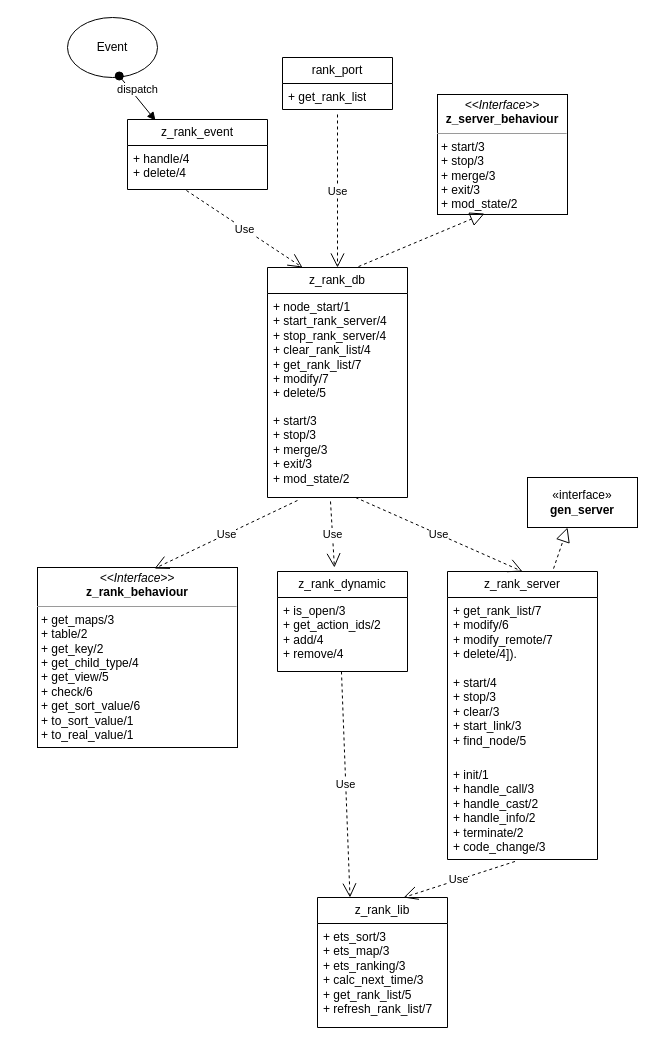
Earlier version of the draw.io diagram page "第 1 页" (2 of 2) of flowchart/排行榜.drawio (honghangzhi/diagrams). Source tidied: cells renumbered, new cells numbered last; positions are measured from the earlier drawing's top-left corner, leaving out a move shared by most shapes. Both pictures are drawn from the tidied source at 100%, with x=0, y=0 at pixel (37, 17).
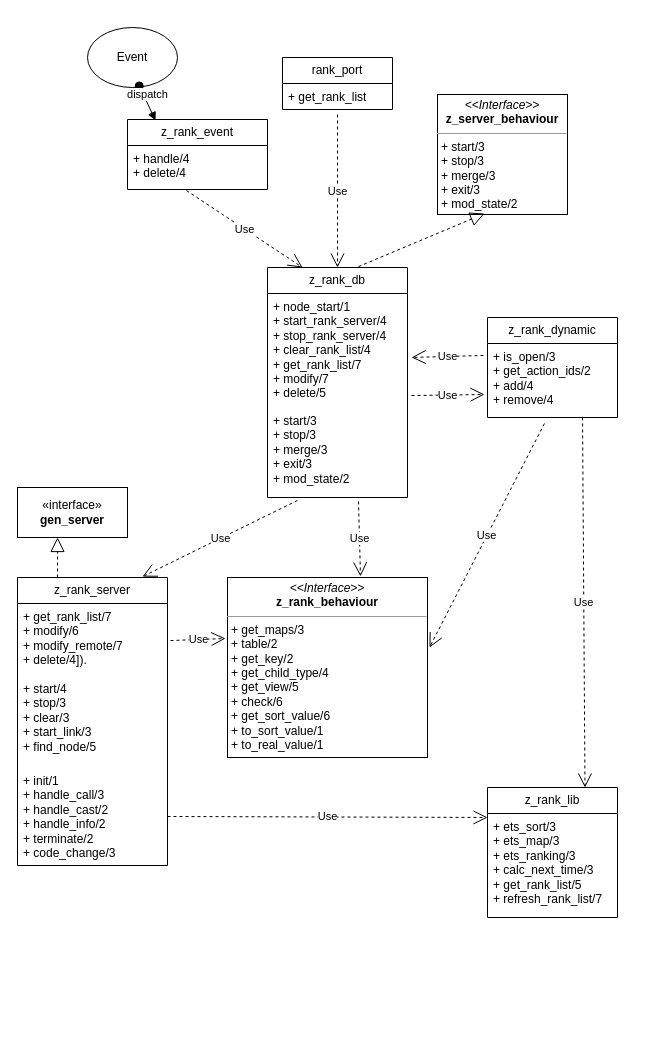
Above is the later version.

Commit message (it also covers changes not shown here):
更新排行榜.drawio

Unchanged cells that the change refers to:
```xml
<mxCell id="5" value="&lt;div&gt;+ node_start/1&lt;/div&gt;&lt;div&gt;+ start_rank_server/4&lt;/div&gt;&lt;div&gt;+ stop_rank_server/4&lt;/div&gt;&lt;div&gt;+ clear_rank_list/4&lt;/div&gt;&lt;div&gt;+ get_rank_list/7&lt;/div&gt;&lt;div&gt;+ modify/7&lt;/div&gt;&lt;div&gt;+ delete/5&lt;/div&gt;" style="text;strokeColor=none;fillColor=none;align=left;verticalAlign=top;spacingLeft=4;spacingRight=4;overflow=hidden;points=[[0,0.5],[1,0.5]];portConstraint=eastwest;whiteSpace=wrap;html=1;" parent="4" vertex="1">
  <mxGeometry y="26" width="140" height="114" as="geometry" />
</mxCell>
<mxCell id="6" value="&lt;div&gt;+ start/3&lt;/div&gt;&lt;div&gt;+ stop/3&lt;/div&gt;&lt;div&gt;+ merge/3&lt;/div&gt;&lt;div&gt;+ exit/3&lt;/div&gt;&lt;div&gt;+ mod_state/2&lt;/div&gt;" style="text;strokeColor=none;fillColor=none;align=left;verticalAlign=top;spacingLeft=4;spacingRight=4;overflow=hidden;points=[[0,0.5],[1,0.5]];portConstraint=eastwest;whiteSpace=wrap;html=1;" parent="4" vertex="1">
  <mxGeometry y="140" width="140" height="90" as="geometry" />
</mxCell>
<mxCell id="9" value="&lt;div&gt;+ is_open/3&lt;/div&gt;&lt;div&gt;+ get_action_ids/2&lt;/div&gt;&lt;div&gt;+ add/4&lt;/div&gt;&lt;div&gt;+ remove/4&lt;/div&gt;" style="text;strokeColor=none;fillColor=none;align=left;verticalAlign=top;spacingLeft=4;spacingRight=4;overflow=hidden;points=[[0,0.5],[1,0.5]];portConstraint=eastwest;whiteSpace=wrap;html=1;" parent="8" vertex="1">
  <mxGeometry y="26" width="130" height="74" as="geometry" />
</mxCell>
<mxCell id="13" value="&lt;div&gt;+ ets_sort/3&lt;/div&gt;&lt;div&gt;+ ets_map/3&lt;/div&gt;&lt;div&gt;+ ets_ranking/3&lt;/div&gt;&lt;div&gt;+ calc_next_time/3&lt;/div&gt;&lt;div&gt;+ get_rank_list/5&lt;/div&gt;&lt;div&gt;+ refresh_rank_list/7&lt;/div&gt;" style="text;strokeColor=none;fillColor=none;align=left;verticalAlign=top;spacingLeft=4;spacingRight=4;overflow=hidden;points=[[0,0.5],[1,0.5]];portConstraint=eastwest;whiteSpace=wrap;html=1;" parent="12" vertex="1">
  <mxGeometry y="26" width="130" height="104" as="geometry" />
</mxCell>
<mxCell id="17" value="&lt;div&gt;+ get_rank_list/7&lt;/div&gt;&lt;div&gt;+ modify/6&lt;/div&gt;&lt;div&gt;+ modify_remote/7&lt;/div&gt;&lt;div&gt;+ delete/4]).&lt;/div&gt;&lt;div&gt;&lt;br&gt;&lt;/div&gt;&lt;div&gt;+ start/4&lt;/div&gt;&lt;div&gt;+ stop/3&lt;/div&gt;&lt;div&gt;+ clear/3&lt;/div&gt;&lt;div&gt;+ start_link/3&lt;/div&gt;&lt;div&gt;+ find_node/5&lt;/div&gt;" style="text;strokeColor=none;fillColor=none;align=left;verticalAlign=top;spacingLeft=4;spacingRight=4;overflow=hidden;points=[[0,0.5],[1,0.5]];portConstraint=eastwest;whiteSpace=wrap;html=1;" parent="16" vertex="1">
  <mxGeometry y="26" width="150" height="164" as="geometry" />
</mxCell>
<mxCell id="18" value="&lt;div&gt;+ init/1&lt;/div&gt;&lt;div&gt;+ handle_call/3&lt;/div&gt;&lt;div&gt;+ handle_cast/2&lt;/div&gt;&lt;div&gt;+ handle_info/2&lt;/div&gt;&lt;div&gt;+ terminate/2&lt;/div&gt;&lt;div&gt;+ code_change/3&lt;/div&gt;" style="text;strokeColor=none;fillColor=none;align=left;verticalAlign=top;spacingLeft=4;spacingRight=4;overflow=hidden;points=[[0,0.5],[1,0.5]];portConstraint=eastwest;whiteSpace=wrap;html=1;" parent="16" vertex="1">
  <mxGeometry y="190" width="150" height="98" as="geometry" />
</mxCell>
```

Change to the diagram source:
```diff
@@
     <mxCell id="7" value="&lt;p style=&quot;margin:0px;margin-top:4px;text-align:center;&quot;&gt;&lt;i&gt;&amp;lt;&amp;lt;Interface&amp;gt;&amp;gt;&lt;/i&gt;&lt;br&gt;&lt;/p&gt;&lt;div style=&quot;text-align: center;&quot;&gt;&lt;b&gt;z_rank_behaviour&lt;/b&gt;&lt;/div&gt;&lt;hr size=&quot;1&quot;&gt;&lt;p style=&quot;margin:0px;margin-left:4px;&quot;&gt;+ get_maps/3&lt;/p&gt;&lt;p style=&quot;margin:0px;margin-left:4px;&quot;&gt;+ table/2&lt;/p&gt;&lt;p style=&quot;margin:0px;margin-left:4px;&quot;&gt;+ get_key/2&lt;/p&gt;&lt;p style=&quot;margin:0px;margin-left:4px;&quot;&gt;+ get_child_type/4&lt;/p&gt;&lt;p style=&quot;margin:0px;margin-left:4px;&quot;&gt;+ get_view/5&lt;/p&gt;&lt;p style=&quot;margin:0px;margin-left:4px;&quot;&gt;+ check/6&lt;/p&gt;&lt;p style=&quot;margin:0px;margin-left:4px;&quot;&gt;+ get_sort_value/6&lt;/p&gt;&lt;p style=&quot;margin:0px;margin-left:4px;&quot;&gt;+ to_sort_value/1&lt;/p&gt;&lt;p style=&quot;margin:0px;margin-left:4px;&quot;&gt;+ to_real_value/1&lt;/p&gt;" style="verticalAlign=top;align=left;overflow=fill;fontSize=12;fontFamily=Helvetica;html=1;whiteSpace=wrap;" parent="1" vertex="1">
-      <mxGeometry y="550" width="200" height="180" as="geometry" />
+      <mxGeometry x="190" y="560" width="200" height="180" as="geometry" />
     </mxCell>
     <mxCell id="8" value="z_rank_dynamic" style="swimlane;fontStyle=0;horizontal=1;startSize=26;fillColor=none;whiteSpace=wrap;html=1;" parent="1" vertex="1">
-      <mxGeometry x="240" y="554" width="130" height="100" as="geometry" />
+      <mxGeometry x="450" y="300" width="130" height="100" as="geometry" />
     </mxCell>
@@
     <mxCell id="12" value="z_rank_lib" style="swimlane;fontStyle=0;horizontal=1;startSize=26;fillColor=none;whiteSpace=wrap;html=1;" parent="1" vertex="1">
-      <mxGeometry x="280" y="880" width="130" height="130" as="geometry" />
+      <mxGeometry x="450" y="770" width="130" height="130" as="geometry" />
     </mxCell>
@@
     <mxCell id="15" value="«interface»&lt;br&gt;&lt;b&gt;gen_server&lt;/b&gt;" style="html=1;whiteSpace=wrap;" parent="1" vertex="1">
-      <mxGeometry x="490" y="460" width="110" height="50" as="geometry" />
+      <mxGeometry x="-20" y="470" width="110" height="50" as="geometry" />
     </mxCell>
     <mxCell id="16" value="z_rank_server" style="swimlane;fontStyle=0;horizontal=1;startSize=26;fillColor=none;whiteSpace=wrap;html=1;" parent="1" vertex="1">
-      <mxGeometry x="410" y="554" width="150" height="288" as="geometry" />
+      <mxGeometry x="-20" y="560" width="150" height="288" as="geometry" />
     </mxCell>
@@
-    <mxCell id="22" value="Use" style="endArrow=open;endSize=12;dashed=1;html=1;rounded=0;exitX=0.214;exitY=1.033;exitDx=0;exitDy=0;exitPerimeter=0;entryX=0.585;entryY=0.006;entryDx=0;entryDy=0;entryPerimeter=0;" parent="1" edge="1" source="6" target="7">
+    <mxCell id="22" value="Use" style="endArrow=open;endSize=12;dashed=1;html=1;rounded=0;exitX=0.214;exitY=1.033;exitDx=0;exitDy=0;exitPerimeter=0;entryX=0.833;entryY=-0.003;entryDx=0;entryDy=0;entryPerimeter=0;" parent="1" edge="1" source="6" target="16">
       <mxGeometry relative="1" as="geometry" />
     </mxCell>
-    <mxCell id="23" value="Use" style="endArrow=open;endSize=12;dashed=1;html=1;rounded=0;exitX=0.45;exitY=1.044;exitDx=0;exitDy=0;exitPerimeter=0;entryX=0.438;entryY=-0.04;entryDx=0;entryDy=0;entryPerimeter=0;" parent="1" edge="1" source="6" target="8">
+    <mxCell id="23" value="Use" style="endArrow=open;endSize=12;dashed=1;html=1;rounded=0;exitX=1.029;exitY=0.895;exitDx=0;exitDy=0;exitPerimeter=0;entryX=-0.023;entryY=0.689;entryDx=0;entryDy=0;entryPerimeter=0;" parent="1" edge="1" source="5" target="9">
       <mxGeometry relative="1" as="geometry" />
     </mxCell>
-    <mxCell id="24" value="Use" style="endArrow=open;endSize=12;dashed=1;html=1;rounded=0;exitX=0.629;exitY=1;exitDx=0;exitDy=0;exitPerimeter=0;entryX=0.5;entryY=0;entryDx=0;entryDy=0;" parent="1" edge="1" source="6" target="16">
+    <mxCell id="24" value="Use" style="endArrow=open;endSize=12;dashed=1;html=1;rounded=0;exitX=0.65;exitY=1.044;exitDx=0;exitDy=0;entryX=0.665;entryY=-0.006;entryDx=0;entryDy=0;exitPerimeter=0;entryPerimeter=0;" parent="1" edge="1" source="6" target="7">
       <mxGeometry relative="1" as="geometry" />
     </mxCell>
-    <mxCell id="25" value="Use" style="endArrow=open;endSize=12;dashed=1;html=1;rounded=0;exitX=0.45;exitY=1.02;exitDx=0;exitDy=0;exitPerimeter=0;entryX=0.662;entryY=0;entryDx=0;entryDy=0;entryPerimeter=0;" parent="1" edge="1" source="18" target="12">
+    <mxCell id="25" value="Use" style="endArrow=open;endSize=12;dashed=1;html=1;rounded=0;exitX=1;exitY=0.5;exitDx=0;exitDy=0;entryX=0;entryY=0.038;entryDx=0;entryDy=0;entryPerimeter=0;" parent="1" edge="1" source="18" target="13">
       <mxGeometry relative="1" as="geometry" />
     </mxCell>
-    <mxCell id="26" value="Use" style="endArrow=open;endSize=12;dashed=1;html=1;rounded=0;exitX=0.492;exitY=1;exitDx=0;exitDy=0;exitPerimeter=0;entryX=0.25;entryY=0;entryDx=0;entryDy=0;" parent="1" edge="1" source="9" target="12">
+    <mxCell id="26" value="Use" style="endArrow=open;endSize=12;dashed=1;html=1;rounded=0;exitX=0.731;exitY=1;exitDx=0;exitDy=0;exitPerimeter=0;entryX=0.75;entryY=0;entryDx=0;entryDy=0;" parent="1" edge="1" source="9" target="12">
       <mxGeometry relative="1" as="geometry" />
     </mxCell>
-    <mxCell id="27" style="endArrow=block;dashed=1;endFill=0;endSize=12;html=1;rounded=0;entryX=0.364;entryY=1;entryDx=0;entryDy=0;entryPerimeter=0;exitX=0.707;exitY=-0.01;exitDx=0;exitDy=0;exitPerimeter=0;" parent="1" edge="1" source="16" target="15">
-      <mxGeometry relative="1" as="geometry" />
+    <mxCell id="27" style="endArrow=block;dashed=1;endFill=0;endSize=12;html=1;rounded=0;entryX=0.364;entryY=1;entryDx=0;entryDy=0;entryPerimeter=0;" parent="1" edge="1" target="15">
+      <mxGeometry relative="1" as="geometry">
+        <mxPoint x="20" y="560" as="sourcePoint" />
+      </mxGeometry>
     </mxCell>
     <mxCell id="28" value="Event" style="ellipse;whiteSpace=wrap;html=1;" parent="1" vertex="1">
-      <mxGeometry x="30" width="90" height="60" as="geometry" />
+      <mxGeometry x="50" y="10" width="90" height="60" as="geometry" />
     </mxCell>
@@
+    <mxCell id="30" value="Use" style="endArrow=open;endSize=12;dashed=1;html=1;rounded=0;exitX=-0.031;exitY=0.162;exitDx=0;exitDy=0;exitPerimeter=0;entryX=1.029;entryY=0.561;entryDx=0;entryDy=0;entryPerimeter=0;" parent="1" edge="1" source="9" target="5">
+      <mxGeometry relative="1" as="geometry" />
+    </mxCell>
+    <mxCell id="31" value="Use" style="endArrow=open;endSize=12;dashed=1;html=1;rounded=0;exitX=1.02;exitY=0.226;exitDx=0;exitDy=0;exitPerimeter=0;entryX=-0.01;entryY=0.339;entryDx=0;entryDy=0;entryPerimeter=0;" parent="1" edge="1" source="17" target="7">
+      <mxGeometry relative="1" as="geometry" />
+    </mxCell>
+    <mxCell id="32" value="Use" style="endArrow=open;endSize=12;dashed=1;html=1;rounded=0;exitX=0.438;exitY=1.081;exitDx=0;exitDy=0;exitPerimeter=0;entryX=1.01;entryY=0.389;entryDx=0;entryDy=0;entryPerimeter=0;" parent="1" edge="1" source="9" target="7">
+      <mxGeometry relative="1" as="geometry" />
+    </mxCell>
```
